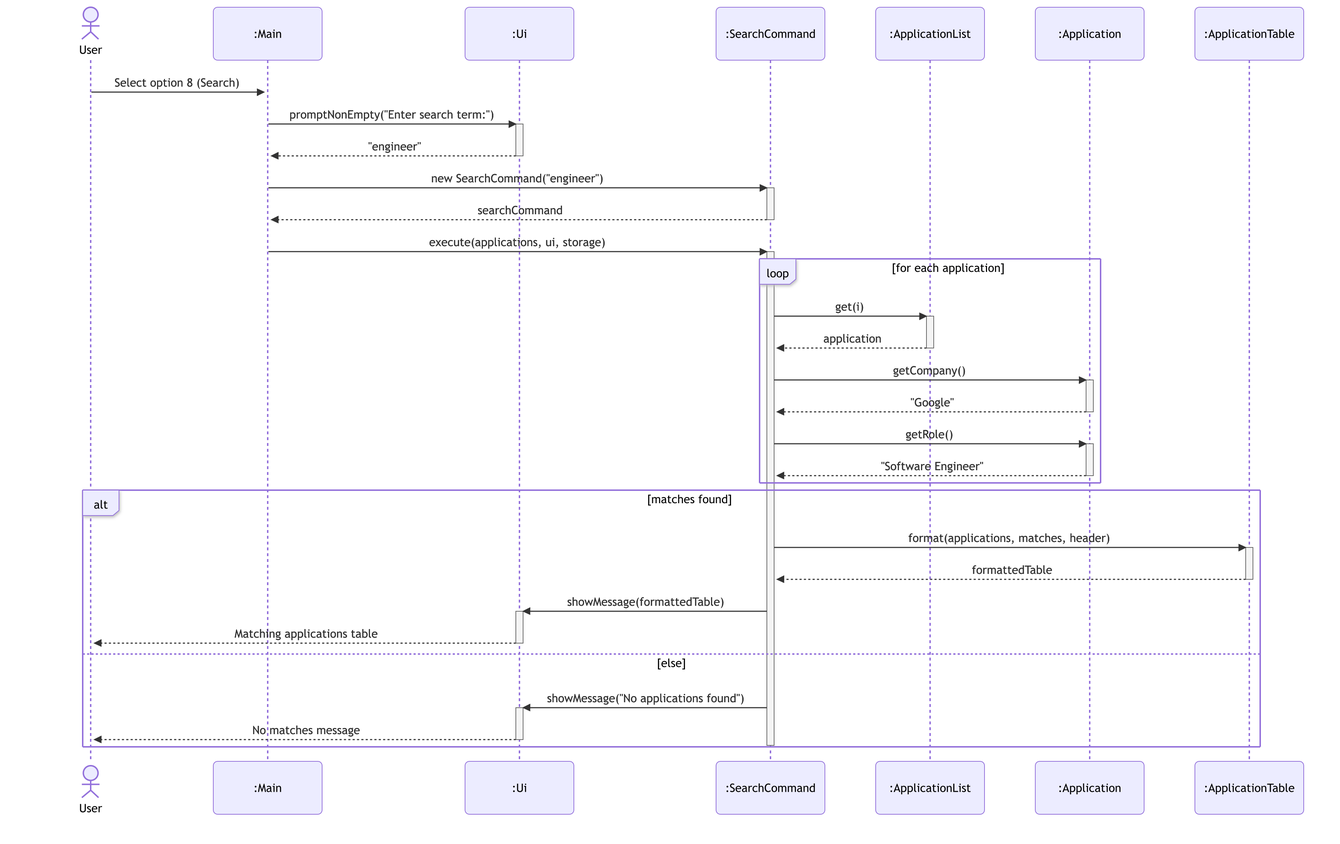
AY2627S1-CS2113-T10-2/tp keeps this Mermaid diagram as docs/diagrams/search-sequence.png. Above is the earlier version. Its source is kept beside it as docs/diagrams/sources/search-sequence.mmd.
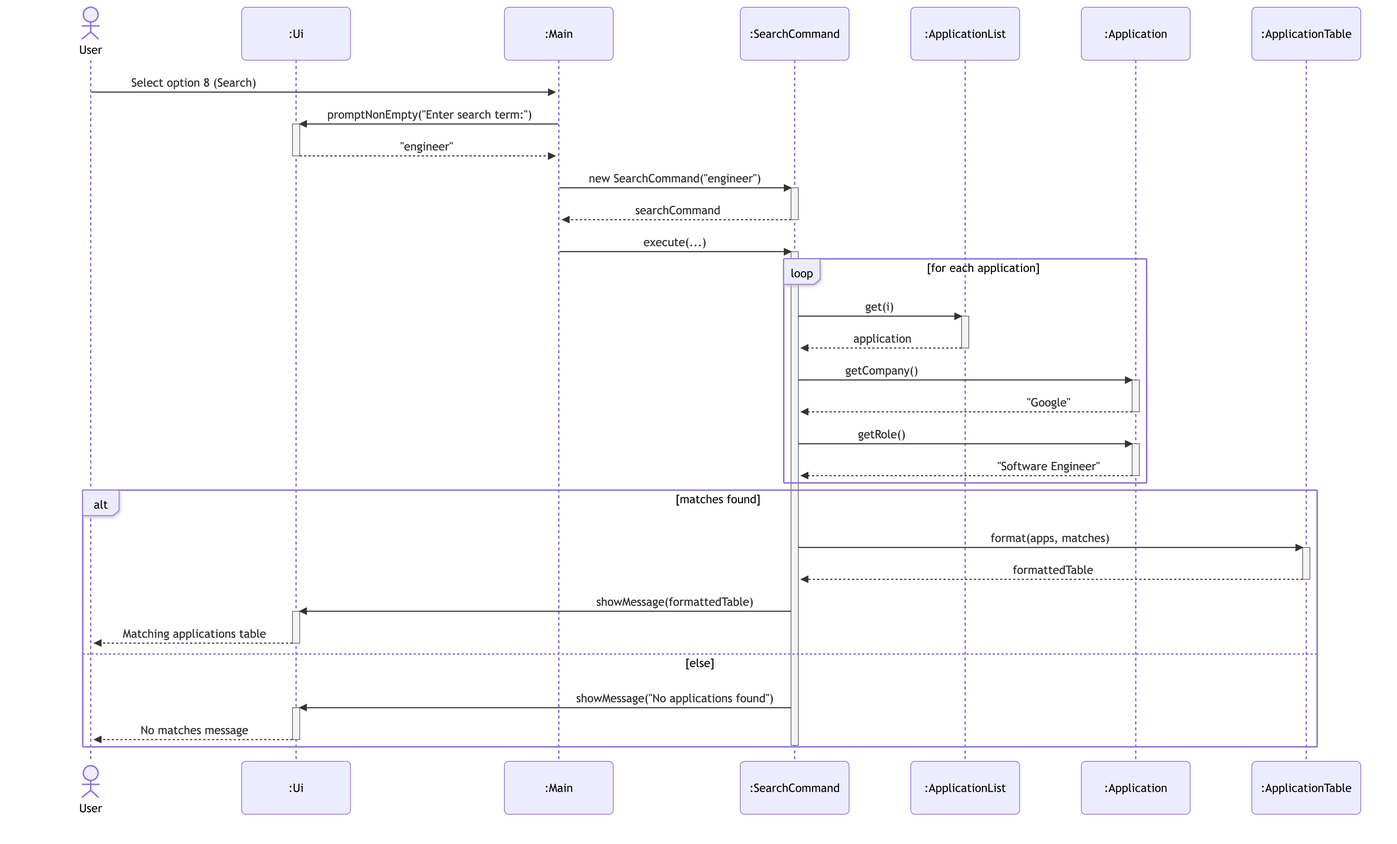
The same file after the commit.

What changed in the source:
```diff
@@ -1,8 +1,8 @@
-%%{init: {'theme': 'default', 'sequence': {'actorMargin': 70, 'messageMargin': 45}}}%%
+%%{init: {'theme': 'default', 'sequence': {'actorMargin': 85, 'messageMargin': 45}}}%%
 sequenceDiagram
     actor user as User
+    participant ui as :Ui
     participant main as :Main
-    participant ui as :Ui
     participant cmd as :SearchCommand
     participant list as :ApplicationList
     participant app as :Application
@@ -17,7 +17,7 @@
     activate cmd
     cmd-->>main: searchCommand
     deactivate cmd
-    main->>cmd: execute(applications, ui, storage)
+    main->>cmd: execute(...)
     activate cmd
 
     loop for each application
@@ -36,7 +36,7 @@
     end
 
     alt matches found
-        cmd->>table: format(applications, matches, header)
+        cmd->>table: format(apps, matches)
         activate table
         table-->>cmd: formattedTable
         deactivate table
```
